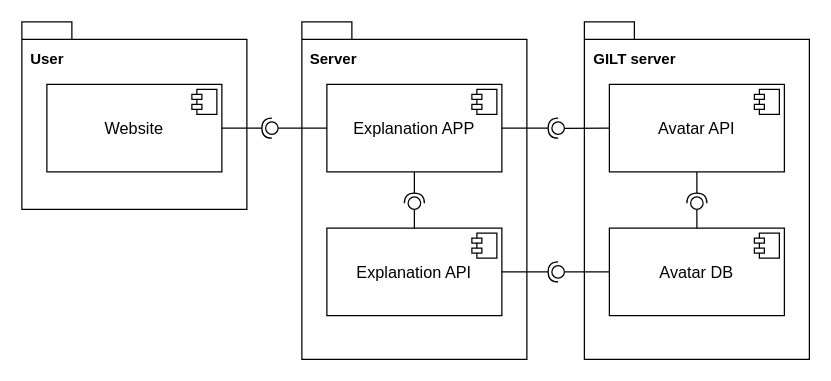
This is diagrams/component_diagram.drawio from whzd/thesis, a draw.io file, before an edit. Source tidied: cells renumbered, new cells numbered last; positions are measured from the earlier drawing's top-left corner, leaving out a move shared by most shapes. Both pictures are drawn from the tidied source at 125%, with x=0, y=0 at pixel (21, 21).
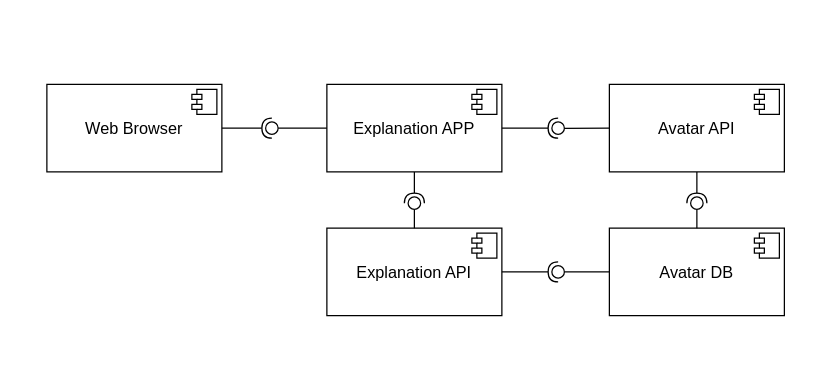
After the change.

Change to the diagram source:
```diff
@@
-    <mxCell id="2" style="shape=folder;fontStyle=1;spacingTop=10;tabWidth=40;tabHeight=14;tabPosition=left;html=1;" parent="1" vertex="1">
-      <mxGeometry width="180" height="150" as="geometry" />
-    </mxCell>
-    <mxCell id="3" style="shape=folder;fontStyle=1;spacingTop=10;tabWidth=40;tabHeight=14;tabPosition=left;html=1;" parent="1" vertex="1">
-      <mxGeometry x="450" width="180" height="270" as="geometry" />
-    </mxCell>
-    <mxCell id="4" style="shape=folder;fontStyle=1;spacingTop=10;tabWidth=40;tabHeight=14;tabPosition=left;html=1;" parent="1" vertex="1">
-      <mxGeometry x="224" width="180" height="270" as="geometry" />
-    </mxCell>
@@
-    <mxCell id="7" value="&lt;b&gt;User&lt;/b&gt;" style="text;html=1;align=center;verticalAlign=middle;" parent="1" vertex="1">
-      <mxGeometry y="20" width="40" height="20" as="geometry" />
-    </mxCell>
-    <mxCell id="8" value="&lt;b&gt;GILT server&lt;/b&gt;" style="text;html=1;align=center;verticalAlign=middle;" parent="1" vertex="1">
-      <mxGeometry x="450" y="20" width="80" height="20" as="geometry" />
-    </mxCell>
-    <mxCell id="9" value="&lt;b&gt;Server&lt;/b&gt;" style="text;html=1;align=center;verticalAlign=middle;" parent="1" vertex="1">
-      <mxGeometry x="224" y="20" width="50" height="20" as="geometry" />
-    </mxCell>
@@
-    <mxCell id="16" value="&lt;p style=&quot;margin: 0px ; margin-top: 6px ; text-align: center&quot;&gt;&lt;font style=&quot;font-size: 13px&quot;&gt;&lt;br&gt;&lt;/font&gt;&lt;/p&gt;&lt;p style=&quot;margin: 0px ; margin-top: 6px ; text-align: center&quot;&gt;&lt;font style=&quot;font-size: 13px&quot;&gt;Website&lt;br&gt;&lt;/font&gt;&lt;/p&gt;" style="align=left;overflow=fill;html=1;" parent="1" vertex="1">
+    <mxCell id="16" value="&lt;p style=&quot;margin: 0px ; margin-top: 6px ; text-align: center&quot;&gt;&lt;font style=&quot;font-size: 13px&quot;&gt;&lt;br&gt;&lt;/font&gt;&lt;/p&gt;&lt;p style=&quot;margin: 0px ; margin-top: 6px ; text-align: center&quot;&gt;&lt;font style=&quot;font-size: 13px&quot;&gt;Web Browser&lt;br&gt;&lt;/font&gt;&lt;/p&gt;" style="align=left;overflow=fill;html=1;" parent="1" vertex="1">
       <mxGeometry x="20" y="50" width="140" height="70" as="geometry" />
     </mxCell>
```
